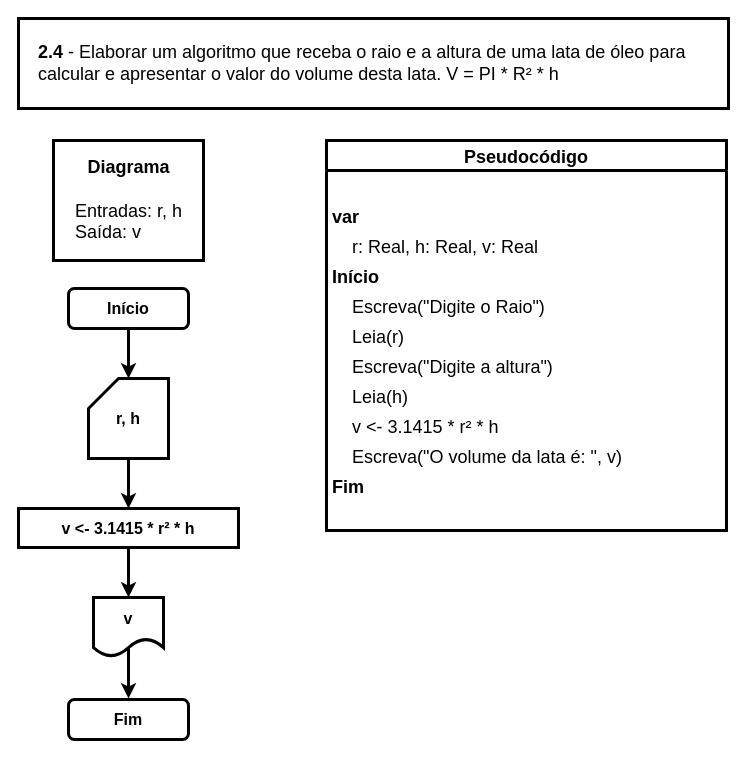
Before: page "Ex. 2.4" (8 of 14) of exercicios.drawio in iSamekh/draw.io, a draw.io diagram. Source tidied: cells renumbered, new cells numbered last; positions are measured from the earlier drawing's top-left corner, leaving out a move shared by most shapes. Both pictures are drawn from the tidied source at 100%, with x=0, y=0 at pixel (18, 18).
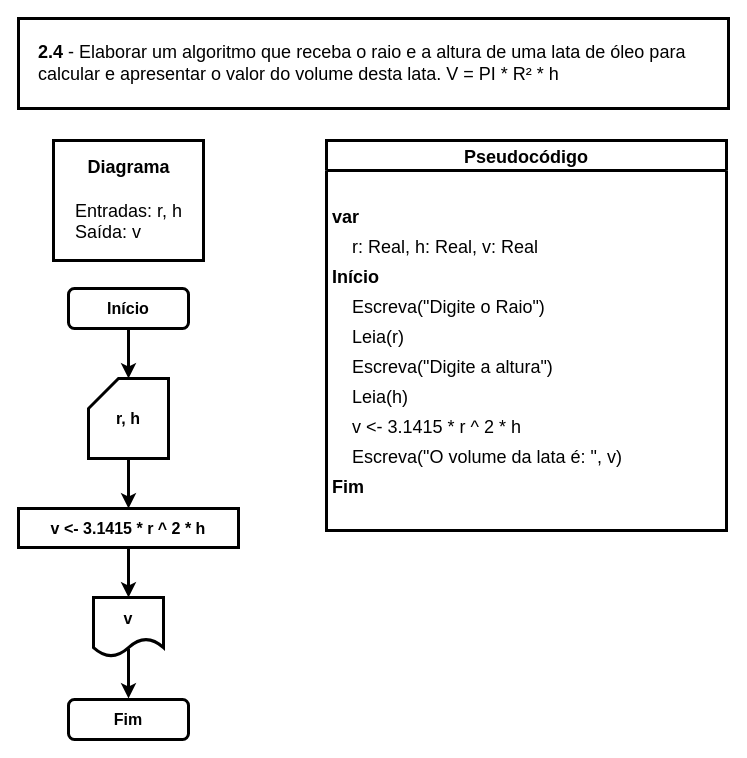
The same page after the edit.

Unchanged cells that the change refers to:
```xml
<mxCell id="11" value="Pseudocódigo" style="swimlane;fontStyle=1;horizontal=1;startSize=30;rounded=0;shadow=0;labelBackgroundColor=#FFFFFF;labelBorderColor=none;sketch=0;fillStyle=auto;strokeColor=default;strokeWidth=3;fillColor=default;swimlaneLine=1;glass=0;arcSize=20;fontSize=18;spacing=10;" parent="1" vertex="1">
  <mxGeometry x="308" y="122" width="400" height="390" as="geometry" />
</mxCell>
```

Change to the diagram source:
```diff
@@
-    <mxCell id="10" value="v &amp;lt;- 3.1415 * r² * h" style="rounded=0;whiteSpace=wrap;html=1;fontStyle=1;fontSize=16;strokeWidth=3;" parent="1" vertex="1">
+    <mxCell id="10" value="v &amp;lt;- 3.1415 * r ^ 2 * h" style="rounded=0;whiteSpace=wrap;html=1;fontStyle=1;fontSize=16;strokeWidth=3;" parent="1" vertex="1">
       <mxGeometry y="490" width="220" height="39" as="geometry" />
     </mxCell>
@@
-    <mxCell id="20" value="    v &lt;- 3.1415 * r² * h" style="text;strokeColor=none;fillColor=none;align=left;verticalAlign=middle;spacingLeft=4;spacingRight=4;overflow=hidden;rounded=1;shadow=0;labelBackgroundColor=none;labelBorderColor=none;sketch=1;fillStyle=auto;strokeWidth=3;fontStyle=0;fontSize=18;" parent="11" vertex="1">
+    <mxCell id="20" value="    v &lt;- 3.1415 * r ^ 2 * h" style="text;strokeColor=none;fillColor=none;align=left;verticalAlign=middle;spacingLeft=4;spacingRight=4;overflow=hidden;rounded=1;shadow=0;labelBackgroundColor=none;labelBorderColor=none;sketch=1;fillStyle=auto;strokeWidth=3;fontStyle=0;fontSize=18;" parent="11" vertex="1">
       <mxGeometry y="270" width="400" height="30" as="geometry" />
     </mxCell>
```
